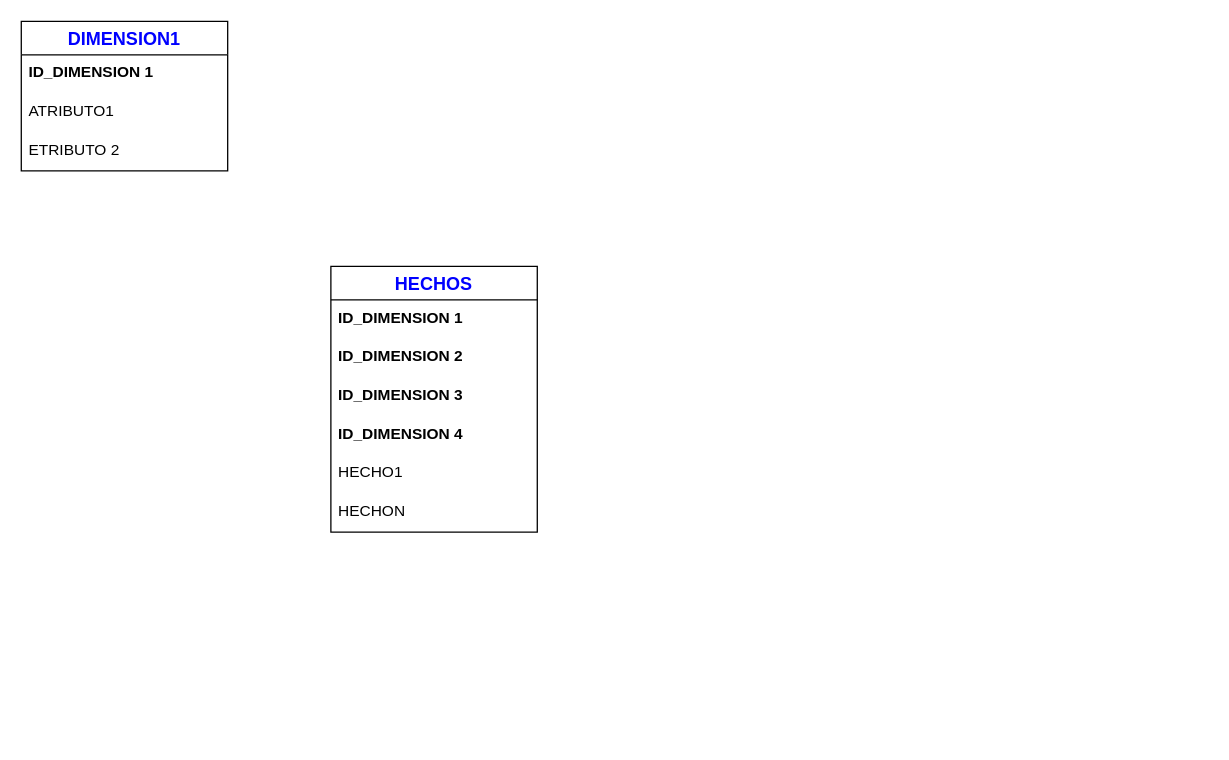
The draw.io diagram DIAGRAMAN/Diagrama Estrella.drawio in IVONNE80/BASE-DE-DATOS, before the edit. Source tidied: cells renumbered, new cells numbered last; positions are measured from the earlier drawing's top-left corner, leaving out a move shared by most shapes. Both pictures are drawn from the tidied source at 129%, with x=0, y=0 at pixel (21, 21).
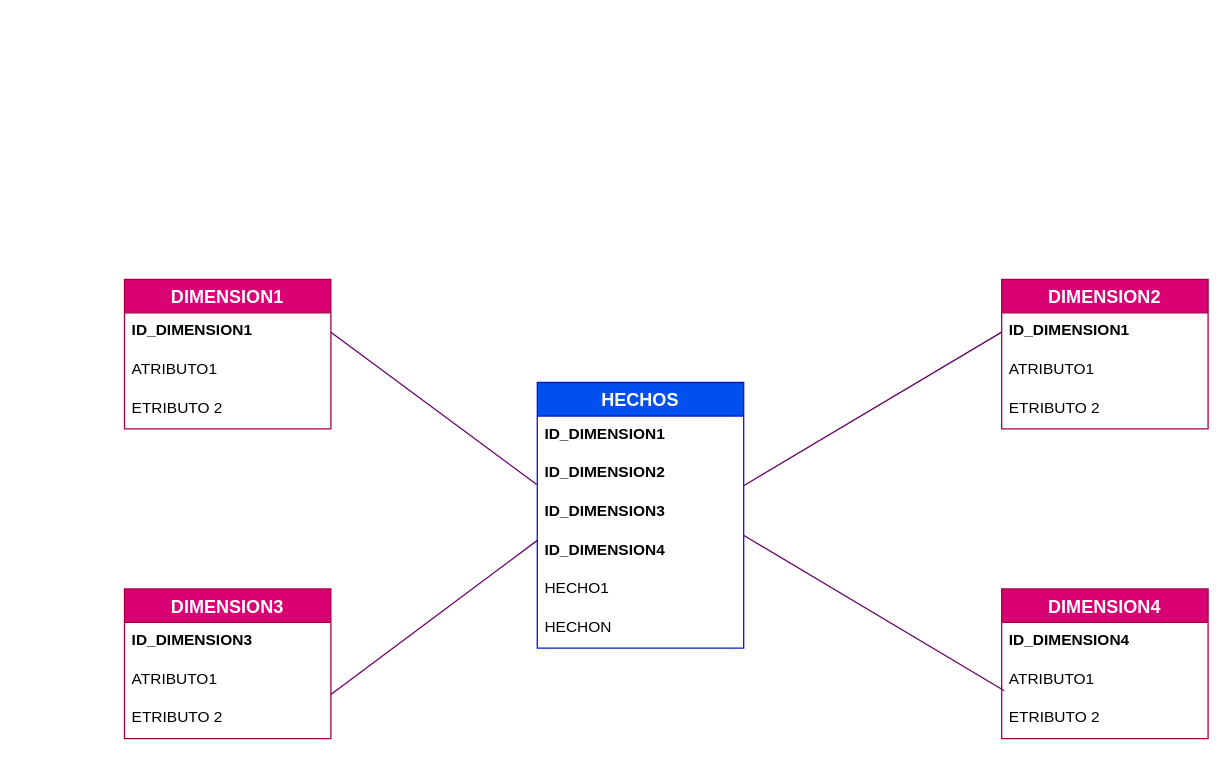
Above is the later version.

Diff of the diagram source:
```diff
@@
-    <mxCell id="2" value="HECHOS" style="swimlane;fontStyle=1;horizontal=1;startSize=26;align=center;fontSize=14;fontColor=#0000FF;" parent="1" vertex="1">
-      <mxGeometry x="240" y="190" width="160" height="206" as="geometry" />
+    <mxCell id="2" value="HECHOS" style="swimlane;fontStyle=1;horizontal=1;startSize=26;align=center;fontSize=14;fillColor=#0050ef;strokeColor=#001DBC;fontColor=#ffffff;" parent="1" vertex="1">
+      <mxGeometry x="400" y="280" width="160" height="206" as="geometry" />
     </mxCell>
-    <mxCell id="3" value="ID_DIMENSION 1" style="text;strokeColor=none;fillColor=none;spacingLeft=4;spacingRight=4;overflow=hidden;fontSize=12;fontStyle=1;" parent="2" vertex="1">
+    <mxCell id="3" value="ID_DIMENSION1" style="text;strokeColor=none;fillColor=none;spacingLeft=4;spacingRight=4;overflow=hidden;fontSize=12;fontStyle=1;" parent="2" vertex="1">
       <mxGeometry y="26" width="160" height="30" as="geometry" />
     </mxCell>
-    <mxCell id="4" value="ID_DIMENSION 2" style="text;strokeColor=none;fillColor=none;spacingLeft=4;spacingRight=4;overflow=hidden;points=[[0,0.5],[1,0.5]];portConstraint=eastwest;fontSize=12;fontStyle=1;" parent="2" vertex="1">
+    <mxCell id="4" value="ID_DIMENSION2" style="text;strokeColor=none;fillColor=none;spacingLeft=4;spacingRight=4;overflow=hidden;points=[[0,0.5],[1,0.5]];portConstraint=eastwest;fontSize=12;fontStyle=1;" parent="2" vertex="1">
       <mxGeometry y="56" width="160" height="30" as="geometry" />
     </mxCell>
-    <mxCell id="5" value="ID_DIMENSION 3" style="text;strokeColor=none;fillColor=none;spacingLeft=4;spacingRight=4;overflow=hidden;fontSize=12;fontStyle=1;" parent="2" vertex="1">
+    <mxCell id="5" value="ID_DIMENSION3" style="text;strokeColor=none;fillColor=none;spacingLeft=4;spacingRight=4;overflow=hidden;fontSize=12;fontStyle=1;" parent="2" vertex="1">
       <mxGeometry y="86" width="160" height="30" as="geometry" />
     </mxCell>
-    <mxCell id="6" value="ID_DIMENSION 4" style="text;strokeColor=none;fillColor=none;spacingLeft=4;spacingRight=4;overflow=hidden;points=[[0,0.5],[1,0.5]];portConstraint=eastwest;fontSize=12;fontStyle=1;" parent="2" vertex="1">
+    <mxCell id="6" value="ID_DIMENSION4" style="text;strokeColor=none;fillColor=none;spacingLeft=4;spacingRight=4;overflow=hidden;points=[[0,0.5],[1,0.5]];portConstraint=eastwest;fontSize=12;fontStyle=1;" parent="2" vertex="1">
       <mxGeometry y="116" width="160" height="30" as="geometry" />
     </mxCell>
@@
-    <mxCell id="9" value="DIMENSION1" style="swimlane;fontStyle=1;horizontal=1;startSize=26;align=center;fontSize=14;fontColor=#0000FF;" parent="1" vertex="1">
-      <mxGeometry width="160" height="116" as="geometry" />
+    <mxCell id="9" value="DIMENSION1" style="swimlane;fontStyle=1;horizontal=1;startSize=26;align=center;fontSize=14;fillColor=#d80073;strokeColor=#A50040;fontColor=#ffffff;" parent="1" vertex="1">
+      <mxGeometry x="80" y="200" width="160" height="116" as="geometry" />
     </mxCell>
-    <mxCell id="10" value="ID_DIMENSION 1" style="text;strokeColor=none;fillColor=none;spacingLeft=4;spacingRight=4;overflow=hidden;points=[[0,0.5],[1,0.5]];portConstraint=eastwest;fontSize=12;fontStyle=1;" parent="9" vertex="1">
+    <mxCell id="10" value="ID_DIMENSION1" style="text;strokeColor=none;fillColor=none;spacingLeft=4;spacingRight=4;overflow=hidden;points=[[0,0.5],[1,0.5]];portConstraint=eastwest;fontSize=12;fontStyle=1;" parent="9" vertex="1">
       <mxGeometry y="26" width="160" height="30" as="geometry" />
     </mxCell>
@@
+    <mxCell id="13" value="DIMENSION2" style="swimlane;fontStyle=1;horizontal=1;startSize=26;align=center;fontSize=14;fillColor=#d80073;strokeColor=#A50040;fontColor=#ffffff;" parent="1" vertex="1">
+      <mxGeometry x="760" y="200" width="160" height="116" as="geometry" />
+    </mxCell>
+    <mxCell id="14" value="ID_DIMENSION1" style="text;strokeColor=none;fillColor=none;spacingLeft=4;spacingRight=4;overflow=hidden;points=[[0,0.5],[1,0.5]];portConstraint=eastwest;fontSize=12;fontStyle=1;" parent="13" vertex="1">
+      <mxGeometry y="26" width="160" height="30" as="geometry" />
+    </mxCell>
+    <mxCell id="15" value="ATRIBUTO1" style="text;strokeColor=none;fillColor=none;spacingLeft=4;spacingRight=4;overflow=hidden;fontSize=12;" parent="13" vertex="1">
+      <mxGeometry y="56" width="160" height="30" as="geometry" />
+    </mxCell>
+    <mxCell id="16" value="ETRIBUTO 2" style="text;strokeColor=none;fillColor=none;spacingLeft=4;spacingRight=4;overflow=hidden;fontSize=12;" parent="13" vertex="1">
+      <mxGeometry y="86" width="160" height="30" as="geometry" />
+    </mxCell>
+    <mxCell id="17" value="DIMENSION3" style="swimlane;fontStyle=1;horizontal=1;startSize=26;align=center;fontSize=14;fillColor=#d80073;strokeColor=#A50040;fontColor=#ffffff;" parent="1" vertex="1">
+      <mxGeometry x="80" y="440" width="160" height="116" as="geometry" />
+    </mxCell>
+    <mxCell id="18" value="ID_DIMENSION3" style="text;strokeColor=none;fillColor=none;spacingLeft=4;spacingRight=4;overflow=hidden;fontSize=12;fontStyle=1;" parent="17" vertex="1">
+      <mxGeometry y="26" width="160" height="30" as="geometry" />
+    </mxCell>
+    <mxCell id="19" value="ATRIBUTO1" style="text;strokeColor=none;fillColor=none;spacingLeft=4;spacingRight=4;overflow=hidden;fontSize=12;" parent="17" vertex="1">
+      <mxGeometry y="56" width="160" height="30" as="geometry" />
+    </mxCell>
+    <mxCell id="20" value="ETRIBUTO 2" style="text;strokeColor=none;fillColor=none;spacingLeft=4;spacingRight=4;overflow=hidden;fontSize=12;" parent="17" vertex="1">
+      <mxGeometry y="86" width="160" height="30" as="geometry" />
+    </mxCell>
+    <mxCell id="21" value="DIMENSION4" style="swimlane;fontStyle=1;horizontal=1;startSize=26;align=center;fontSize=14;fillColor=#d80073;strokeColor=#A50040;fontColor=#ffffff;" parent="1" vertex="1">
+      <mxGeometry x="760" y="440" width="160" height="116" as="geometry" />
+    </mxCell>
+    <mxCell id="22" value="ID_DIMENSION4" style="text;strokeColor=none;fillColor=none;spacingLeft=4;spacingRight=4;overflow=hidden;fontSize=12;fontStyle=1;" parent="21" vertex="1">
+      <mxGeometry y="26" width="160" height="30" as="geometry" />
+    </mxCell>
+    <mxCell id="23" value="ATRIBUTO1" style="text;strokeColor=none;fillColor=none;spacingLeft=4;spacingRight=4;overflow=hidden;points=[[0,0.5],[1,0.5]];portConstraint=eastwest;fontSize=12;" parent="21" vertex="1">
+      <mxGeometry y="56" width="160" height="30" as="geometry" />
+    </mxCell>
+    <mxCell id="24" value="ETRIBUTO 2" style="text;strokeColor=none;fillColor=none;spacingLeft=4;spacingRight=4;overflow=hidden;fontSize=12;" parent="21" vertex="1">
+      <mxGeometry y="86" width="160" height="30" as="geometry" />
+    </mxCell>
+    <mxCell id="25" style="endArrow=none;html=1;fontColor=#0000CC;entryX=0;entryY=0.5;entryDx=0;entryDy=0;strokeColor=#660066;rounded=0;" parent="1" edge="1" target="14">
+      <mxGeometry relative="1" as="geometry">
+        <mxPoint x="560" y="360" as="sourcePoint" />
+      </mxGeometry>
+    </mxCell>
+    <mxCell id="26" style="endArrow=none;html=1;fontColor=#0000CC;entryX=0.002;entryY=0.207;entryDx=0;entryDy=0;entryPerimeter=0;strokeColor=#660066;rounded=0;" parent="1" edge="1" target="6">
+      <mxGeometry relative="1" as="geometry">
+        <mxPoint x="240" y="521.8" as="sourcePoint" />
+      </mxGeometry>
+    </mxCell>
+    <mxCell id="27" style="endArrow=none;html=1;fontColor=#0000CC;entryX=0.013;entryY=0.767;entryDx=0;entryDy=0;entryPerimeter=0;strokeColor=#660066;rounded=0;exitX=0.997;exitY=0.073;exitDx=0;exitDy=0;exitPerimeter=0;" parent="1" edge="1" source="6" target="23">
+      <mxGeometry relative="1" as="geometry" />
+    </mxCell>
+    <mxCell id="28" style="endArrow=none;html=1;fontColor=#0000CC;entryX=-0.003;entryY=0.767;entryDx=0;entryDy=0;entryPerimeter=0;strokeColor=#660066;rounded=0;exitX=1;exitY=0.5;exitDx=0;exitDy=0;" parent="1" edge="1" source="10" target="4">
+      <mxGeometry relative="1" as="geometry" />
+    </mxCell>
```
